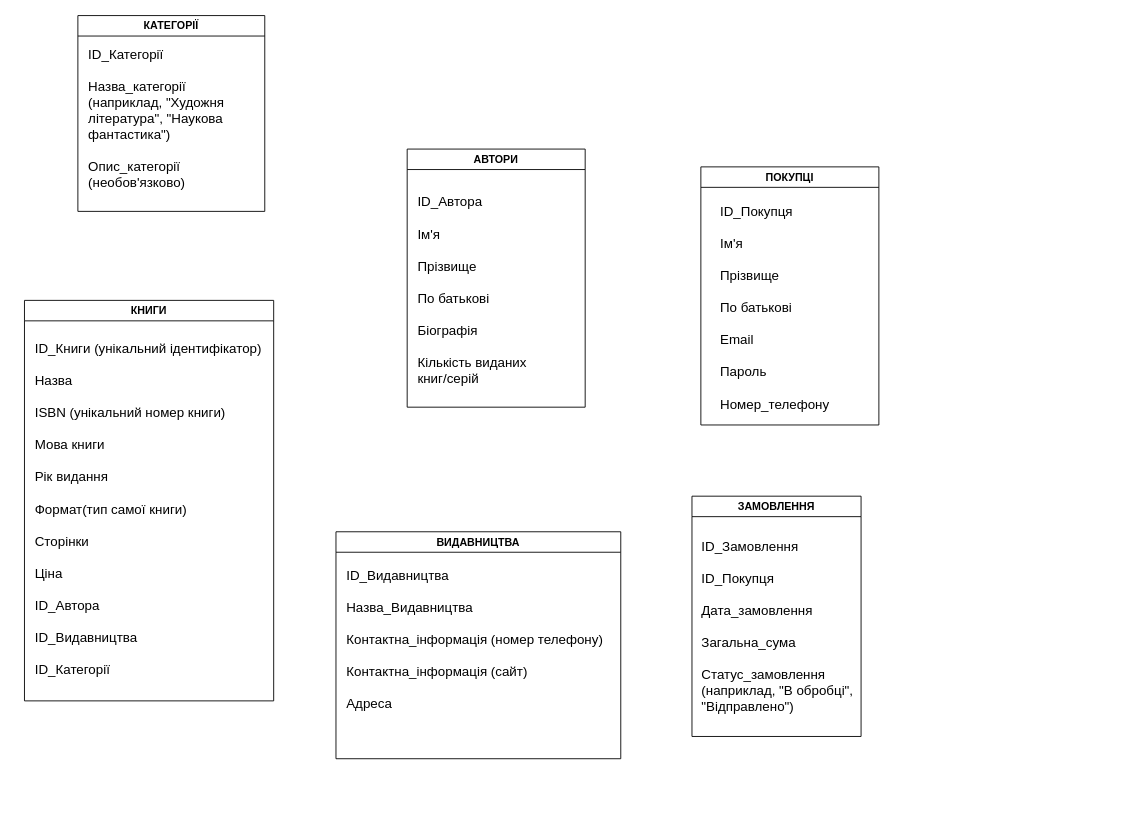
Earlier version of the draw.io diagram БЗ Книгарня.drawio (AnnaLiulkova/picture32). Source tidied: cells renumbered, new cells numbered last; positions are measured from the earlier drawing's top-left corner, leaving out a move shared by most shapes. Both pictures are drawn from the tidied source at 89%, with x=0, y=0 at pixel (24, 15).
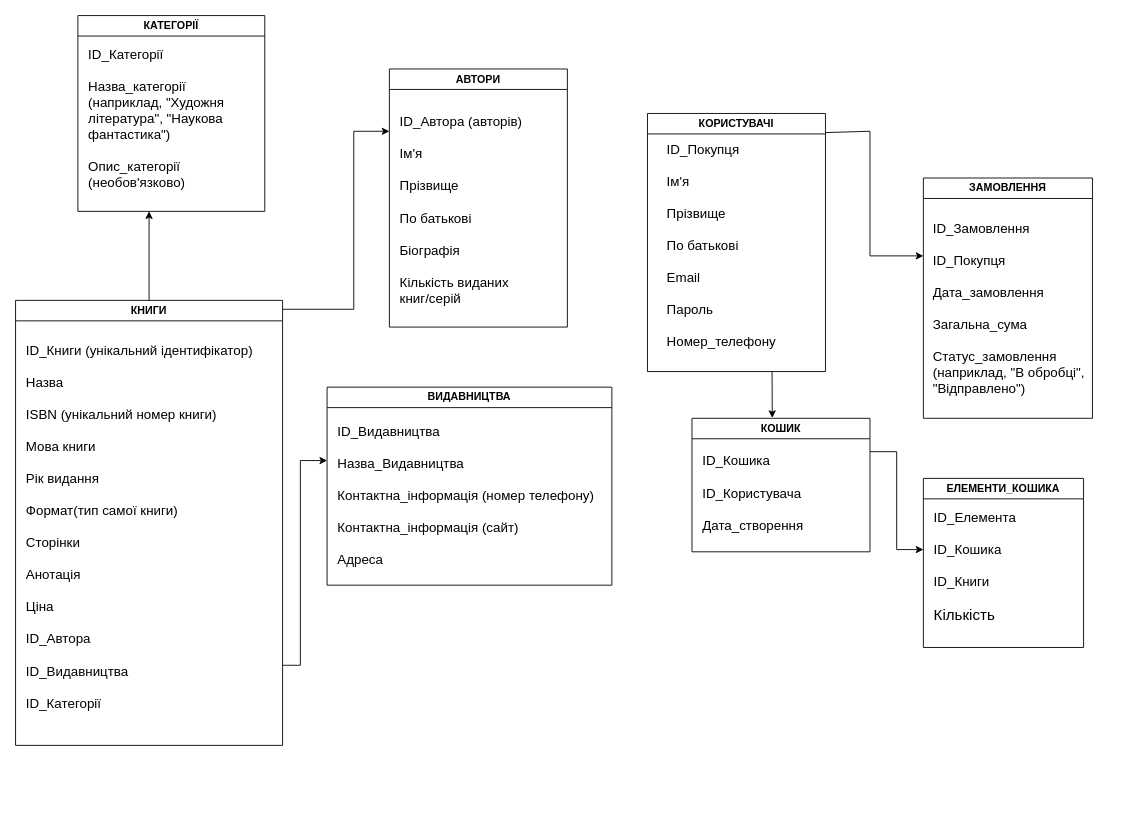
The same diagram, later.

Diff of the diagram source:
```diff
@@
     <mxCell id="2" value="КНИГИ" style="swimlane;whiteSpace=wrap;html=1;" parent="1" vertex="1">
-      <mxGeometry y="320" width="280" height="450" as="geometry" />
+      <mxGeometry x="-10" y="320" width="300" height="500" as="geometry" />
     </mxCell>
-    <mxCell id="3" value="&lt;font style=&quot;font-size: 15px;&quot;&gt;ID_Книги (унікальний ідентифікатор)&lt;/font&gt;&lt;div&gt;&lt;font style=&quot;font-size: 15px;&quot;&gt;&lt;br&gt;&lt;/font&gt;&lt;div&gt;&lt;font style=&quot;font-size: 15px;&quot;&gt;Назва&lt;/font&gt;&lt;/div&gt;&lt;div&gt;&lt;font style=&quot;font-size: 15px;&quot;&gt;&lt;br&gt;&lt;/font&gt;&lt;/div&gt;&lt;div&gt;&lt;font style=&quot;font-size: 15px;&quot;&gt;ISBN (унікальний номер книги)&lt;/font&gt;&lt;/div&gt;&lt;div&gt;&lt;font style=&quot;font-size: 15px;&quot;&gt;&lt;br&gt;&lt;/font&gt;&lt;/div&gt;&lt;div&gt;&lt;font style=&quot;font-size: 15px;&quot;&gt;Мова книги&lt;/font&gt;&lt;/div&gt;&lt;div&gt;&lt;font style=&quot;font-size: 15px;&quot;&gt;&lt;br&gt;&lt;/font&gt;&lt;/div&gt;&lt;div&gt;&lt;font style=&quot;font-size: 15px;&quot;&gt;Рік видання&lt;/font&gt;&lt;/div&gt;&lt;div&gt;&lt;font style=&quot;font-size: 15px;&quot;&gt;&lt;br&gt;&lt;/font&gt;&lt;/div&gt;&lt;div&gt;&lt;font style=&quot;font-size: 15px;&quot;&gt;Формат(тип самої книги)&lt;/font&gt;&lt;/div&gt;&lt;div&gt;&lt;font style=&quot;font-size: 15px;&quot;&gt;&lt;br&gt;&lt;/font&gt;&lt;/div&gt;&lt;div&gt;&lt;font style=&quot;font-size: 15px;&quot;&gt;Сторінки&amp;nbsp;&amp;nbsp;&lt;/font&gt;&lt;/div&gt;&lt;div&gt;&lt;font style=&quot;font-size: 15px;&quot;&gt;&lt;br&gt;&lt;/font&gt;&lt;/div&gt;&lt;div&gt;&lt;font style=&quot;font-size: 15px;&quot;&gt;Ціна&lt;/font&gt;&lt;/div&gt;&lt;/div&gt;&lt;div&gt;&lt;font style=&quot;font-size: 15px;&quot;&gt;&lt;br&gt;&lt;/font&gt;&lt;/div&gt;&lt;div&gt;&lt;font style=&quot;font-size: 15px;&quot;&gt;ID_Автора&amp;nbsp;&lt;/font&gt;&lt;/div&gt;&lt;div&gt;&lt;font style=&quot;font-size: 15px;&quot;&gt;&lt;br&gt;&lt;/font&gt;&lt;/div&gt;&lt;div&gt;&lt;font style=&quot;font-size: 15px;&quot;&gt;ID_Видавництва&lt;/font&gt;&lt;/div&gt;&lt;div&gt;&lt;font style=&quot;font-size: 15px;&quot;&gt;&lt;br&gt;&lt;/font&gt;&lt;/div&gt;&lt;div&gt;&lt;font style=&quot;font-size: 15px;&quot;&gt;ID_Категорії&amp;nbsp;&lt;/font&gt;&lt;/div&gt;&lt;div&gt;&lt;font style=&quot;font-size: 15px;&quot;&gt;&lt;br&gt;&lt;/font&gt;&lt;/div&gt;&lt;div&gt;&lt;font style=&quot;font-size: 15px;&quot;&gt;&lt;br&gt;&lt;/font&gt;&lt;/div&gt;&lt;div&gt;&lt;br&gt;&lt;/div&gt;" style="text;html=1;align=left;verticalAlign=middle;strokeColor=none;fillColor=none;" parent="2" vertex="1">
-      <mxGeometry x="10" y="40" width="280" height="440" as="geometry" />
+    <mxCell id="3" value="&lt;font style=&quot;font-size: 15px;&quot;&gt;ID_Книги (унікальний ідентифікатор)&lt;/font&gt;&lt;div&gt;&lt;font style=&quot;font-size: 15px;&quot;&gt;&lt;br&gt;&lt;/font&gt;&lt;div&gt;&lt;font style=&quot;font-size: 15px;&quot;&gt;Назва&lt;/font&gt;&lt;/div&gt;&lt;div&gt;&lt;font style=&quot;font-size: 15px;&quot;&gt;&lt;br&gt;&lt;/font&gt;&lt;/div&gt;&lt;div&gt;&lt;font style=&quot;font-size: 15px;&quot;&gt;ISBN (унікальний номер книги)&lt;/font&gt;&lt;/div&gt;&lt;div&gt;&lt;font style=&quot;font-size: 15px;&quot;&gt;&lt;br&gt;&lt;/font&gt;&lt;/div&gt;&lt;div&gt;&lt;font style=&quot;font-size: 15px;&quot;&gt;Мова книги&lt;/font&gt;&lt;/div&gt;&lt;div&gt;&lt;font style=&quot;font-size: 15px;&quot;&gt;&lt;br&gt;&lt;/font&gt;&lt;/div&gt;&lt;div&gt;&lt;font style=&quot;font-size: 15px;&quot;&gt;Рік видання&lt;/font&gt;&lt;/div&gt;&lt;div&gt;&lt;font style=&quot;font-size: 15px;&quot;&gt;&lt;br&gt;&lt;/font&gt;&lt;/div&gt;&lt;div&gt;&lt;font style=&quot;font-size: 15px;&quot;&gt;Формат(тип самої книги)&lt;/font&gt;&lt;/div&gt;&lt;div&gt;&lt;font style=&quot;font-size: 15px;&quot;&gt;&lt;br&gt;&lt;/font&gt;&lt;/div&gt;&lt;div&gt;&lt;font style=&quot;font-size: 15px;&quot;&gt;Сторінки&lt;/font&gt;&lt;/div&gt;&lt;div&gt;&lt;font style=&quot;font-size: 15px;&quot;&gt;&lt;br&gt;&lt;/font&gt;&lt;/div&gt;&lt;div&gt;&lt;font style=&quot;font-size: 15px;&quot;&gt;Анотація&amp;nbsp;&amp;nbsp;&lt;/font&gt;&lt;/div&gt;&lt;div&gt;&lt;font style=&quot;font-size: 15px;&quot;&gt;&lt;br&gt;&lt;/font&gt;&lt;/div&gt;&lt;div&gt;&lt;font style=&quot;font-size: 15px;&quot;&gt;Ціна&lt;/font&gt;&lt;/div&gt;&lt;/div&gt;&lt;div&gt;&lt;font style=&quot;font-size: 15px;&quot;&gt;&lt;br&gt;&lt;/font&gt;&lt;/div&gt;&lt;div&gt;&lt;font style=&quot;font-size: 15px;&quot;&gt;ID_Автора&amp;nbsp;&lt;/font&gt;&lt;/div&gt;&lt;div&gt;&lt;font style=&quot;font-size: 15px;&quot;&gt;&lt;br&gt;&lt;/font&gt;&lt;/div&gt;&lt;div&gt;&lt;font style=&quot;font-size: 15px;&quot;&gt;ID_Видавництва&lt;/font&gt;&lt;/div&gt;&lt;div&gt;&lt;font style=&quot;font-size: 15px;&quot;&gt;&lt;br&gt;&lt;/font&gt;&lt;/div&gt;&lt;div&gt;&lt;font style=&quot;font-size: 15px;&quot;&gt;ID_Категорії&amp;nbsp;&lt;/font&gt;&lt;/div&gt;&lt;div&gt;&lt;font style=&quot;font-size: 15px;&quot;&gt;&lt;br&gt;&lt;/font&gt;&lt;/div&gt;&lt;div&gt;&lt;font style=&quot;font-size: 15px;&quot;&gt;&lt;br&gt;&lt;/font&gt;&lt;/div&gt;&lt;div&gt;&lt;br&gt;&lt;/div&gt;" style="text;html=1;align=left;verticalAlign=middle;strokeColor=none;fillColor=none;" parent="2" vertex="1">
+      <mxGeometry x="10" y="40" width="280" height="480" as="geometry" />
     </mxCell>
     <mxCell id="4" value="АВТОРИ" style="swimlane;whiteSpace=wrap;html=1;" parent="1" vertex="1">
-      <mxGeometry x="430" y="150" width="200" height="290" as="geometry" />
+      <mxGeometry x="410" y="60" width="200" height="290" as="geometry" />
     </mxCell>
-    <mxCell id="5" value="&lt;div&gt;ID_Автора&lt;/div&gt;&lt;div&gt;&lt;br&gt;&lt;/div&gt;&lt;div&gt;Ім'я&lt;/div&gt;&lt;div&gt;&lt;br&gt;&lt;/div&gt;&lt;div&gt;Прізвище&lt;/div&gt;&lt;div&gt;&lt;br&gt;&lt;/div&gt;&lt;div&gt;По батьков&lt;span style=&quot;background-color: transparent; color: light-dark(rgb(0, 0, 0), rgb(255, 255, 255));&quot;&gt;і&lt;/span&gt;&lt;/div&gt;&lt;div&gt;&lt;span style=&quot;background-color: transparent; color: light-dark(rgb(0, 0, 0), rgb(255, 255, 255));&quot;&gt;&lt;br&gt;&lt;/span&gt;&lt;/div&gt;&lt;div&gt;Біографія&amp;nbsp;&lt;/div&gt;&lt;div&gt;&lt;span style=&quot;background-color: transparent;&quot;&gt;&lt;br&gt;&lt;/span&gt;&lt;/div&gt;&lt;div&gt;Кількість виданих книг/серій&amp;nbsp;&lt;/div&gt;&lt;div&gt;&lt;span style=&quot;background-color: transparent;&quot;&gt;&lt;br&gt;&lt;/span&gt;&lt;/div&gt;&lt;div&gt;&lt;span style=&quot;background-color: transparent;&quot;&gt;&lt;br&gt;&lt;/span&gt;&lt;/div&gt;&lt;div&gt;&lt;br&gt;&lt;/div&gt;" style="text;html=1;align=left;verticalAlign=middle;whiteSpace=wrap;rounded=0;fontSize=15;" parent="4" vertex="1">
+    <mxCell id="5" value="&lt;div&gt;ID_Автора (авторів)&lt;/div&gt;&lt;div&gt;&lt;br&gt;&lt;/div&gt;&lt;div&gt;Ім'я&lt;/div&gt;&lt;div&gt;&lt;br&gt;&lt;/div&gt;&lt;div&gt;Прізвище&lt;/div&gt;&lt;div&gt;&lt;br&gt;&lt;/div&gt;&lt;div&gt;По батьков&lt;span style=&quot;background-color: transparent; color: light-dark(rgb(0, 0, 0), rgb(255, 255, 255));&quot;&gt;і&lt;/span&gt;&lt;/div&gt;&lt;div&gt;&lt;span style=&quot;background-color: transparent; color: light-dark(rgb(0, 0, 0), rgb(255, 255, 255));&quot;&gt;&lt;br&gt;&lt;/span&gt;&lt;/div&gt;&lt;div&gt;Біографія&amp;nbsp;&lt;/div&gt;&lt;div&gt;&lt;span style=&quot;background-color: transparent;&quot;&gt;&lt;br&gt;&lt;/span&gt;&lt;/div&gt;&lt;div&gt;Кількість виданих книг/серій&amp;nbsp;&lt;/div&gt;&lt;div&gt;&lt;span style=&quot;background-color: transparent;&quot;&gt;&lt;br&gt;&lt;/span&gt;&lt;/div&gt;&lt;div&gt;&lt;span style=&quot;background-color: transparent;&quot;&gt;&lt;br&gt;&lt;/span&gt;&lt;/div&gt;&lt;div&gt;&lt;br&gt;&lt;/div&gt;" style="text;html=1;align=left;verticalAlign=middle;whiteSpace=wrap;rounded=0;fontSize=15;" parent="4" vertex="1">
       <mxGeometry x="10" y="40" width="160" height="290" as="geometry" />
     </mxCell>
     <mxCell id="6" value="ВИДАВНИЦТВА" style="swimlane;whiteSpace=wrap;html=1;" parent="1" vertex="1">
-      <mxGeometry x="350" y="580" width="320" height="255" as="geometry" />
+      <mxGeometry x="340" y="417.5" width="320" height="222.5" as="geometry" />
     </mxCell>
@@
-    <mxCell id="8" value="ПОКУПЦІ" style="swimlane;whiteSpace=wrap;html=1;" parent="1" vertex="1">
-      <mxGeometry x="760" y="170" width="200" height="290" as="geometry" />
+    <mxCell id="8" value="КОРИСТУВАЧІ" style="swimlane;whiteSpace=wrap;html=1;" parent="1" vertex="1">
+      <mxGeometry x="700" y="110" width="200" height="290" as="geometry" />
     </mxCell>
     <mxCell id="9" value="ID_Покупця&lt;div&gt;&lt;br&gt;&lt;/div&gt;&lt;div&gt;Ім'я&lt;/div&gt;&lt;div&gt;&lt;br&gt;&lt;/div&gt;&lt;div&gt;Прізвище&lt;/div&gt;&lt;div&gt;&lt;br&gt;&lt;/div&gt;&lt;div&gt;По батьков&lt;span style=&quot;background-color: transparent; color: light-dark(rgb(0, 0, 0), rgb(255, 255, 255));&quot;&gt;і&lt;/span&gt;&lt;/div&gt;&lt;div&gt;&lt;span style=&quot;background-color: transparent; color: light-dark(rgb(0, 0, 0), rgb(255, 255, 255));&quot;&gt;&lt;br&gt;&lt;/span&gt;&lt;/div&gt;&lt;div&gt;&lt;span style=&quot;background-color: transparent;&quot;&gt;Email&lt;/span&gt;&lt;/div&gt;&lt;div&gt;&lt;span style=&quot;background-color: transparent;&quot;&gt;&lt;br&gt;&lt;/span&gt;&lt;/div&gt;&lt;div&gt;&lt;span style=&quot;background-color: transparent;&quot;&gt;Пароль&lt;/span&gt;&lt;/div&gt;&lt;div&gt;&lt;span style=&quot;background-color: transparent;&quot;&gt;&lt;br&gt;&lt;/span&gt;&lt;/div&gt;&lt;div&gt;&lt;span style=&quot;background-color: transparent;&quot;&gt;Номер_телефону&lt;/span&gt;&lt;/div&gt;&lt;div&gt;&lt;span style=&quot;background-color: transparent;&quot;&gt;&lt;br&gt;&lt;/span&gt;&lt;/div&gt;&lt;div&gt;&lt;span style=&quot;background-color: transparent;&quot;&gt;&lt;br&gt;&lt;/span&gt;&lt;/div&gt;&lt;div&gt;&lt;br&gt;&lt;/div&gt;" style="text;html=1;align=left;verticalAlign=middle;whiteSpace=wrap;rounded=0;fontSize=15;" parent="8" vertex="1">
-      <mxGeometry x="20" y="40" width="160" height="290" as="geometry" />
+      <mxGeometry x="20" y="60" width="160" height="230" as="geometry" />
     </mxCell>
     <mxCell id="10" value="ЗАМОВЛЕННЯ" style="swimlane;whiteSpace=wrap;html=1;" parent="1" vertex="1">
-      <mxGeometry x="750" y="540" width="190" height="270" as="geometry" />
+      <mxGeometry x="1010" y="182.5" width="190" height="270" as="geometry" />
     </mxCell>
@@
+    <mxCell id="14" value="КОШИК" style="swimlane;whiteSpace=wrap;html=1;" parent="1" vertex="1">
+      <mxGeometry x="750" y="452.5" width="200" height="150" as="geometry" />
+    </mxCell>
+    <mxCell id="15" value="&lt;div&gt;ID_Кошика&lt;/div&gt;&lt;div&gt;&lt;br&gt;&lt;/div&gt;&lt;div&gt;ID_Користувача&lt;/div&gt;&lt;div&gt;&lt;br&gt;&lt;/div&gt;&lt;div&gt;Дата_створення&lt;/div&gt;&lt;div&gt;&lt;br&gt;&lt;/div&gt;&lt;div&gt;&lt;span style=&quot;background-color: transparent;&quot;&gt;&lt;br&gt;&lt;/span&gt;&lt;/div&gt;&lt;div&gt;&lt;br&gt;&lt;/div&gt;" style="text;html=1;align=left;verticalAlign=middle;whiteSpace=wrap;rounded=0;fontSize=15;" parent="14" vertex="1">
+      <mxGeometry x="10" y="60" width="160" height="100" as="geometry" />
+    </mxCell>
+    <mxCell id="16" style="endArrow=classic;html=1;rounded=0;exitX=1;exitY=0;exitDx=0;exitDy=0;" parent="1" edge="1">
+      <mxGeometry relative="1" as="geometry">
+        <mxPoint x="290" y="330" as="sourcePoint" />
+        <mxPoint x="410" y="130" as="targetPoint" />
+        <Array as="points">
+          <mxPoint x="370" y="330" />
+          <mxPoint x="370" y="130" />
+        </Array>
+      </mxGeometry>
+    </mxCell>
+    <mxCell id="17" style="endArrow=classic;html=1;rounded=0;exitX=1.003;exitY=0.074;exitDx=0;exitDy=0;exitPerimeter=0;" parent="1" edge="1" source="8">
+      <mxGeometry relative="1" as="geometry">
+        <mxPoint x="1010" y="270" as="targetPoint" />
+        <Array as="points">
+          <mxPoint x="950" y="130" />
+          <mxPoint x="950" y="270" />
+        </Array>
+      </mxGeometry>
+    </mxCell>
+    <mxCell id="18" style="endArrow=classic;html=1;rounded=0;exitX=0.5;exitY=0;exitDx=0;exitDy=0;" parent="1" edge="1" source="2">
+      <mxGeometry relative="1" as="geometry">
+        <mxPoint x="140" y="220" as="targetPoint" />
+      </mxGeometry>
+    </mxCell>
+    <mxCell id="19" style="endArrow=classic;html=1;rounded=0;" parent="1" edge="1">
+      <mxGeometry relative="1" as="geometry">
+        <mxPoint x="290" y="730" as="sourcePoint" />
+        <mxPoint x="340" y="500" as="targetPoint" />
+        <Array as="points">
+          <mxPoint x="310" y="730" />
+          <mxPoint x="310" y="500" />
+        </Array>
+      </mxGeometry>
+    </mxCell>
+    <mxCell id="20" style="endArrow=classic;html=1;rounded=0;exitX=0.75;exitY=1;exitDx=0;exitDy=0;entryX=0.451;entryY=-0.003;entryDx=0;entryDy=0;entryPerimeter=0;" parent="1" edge="1" source="9" target="14">
+      <mxGeometry relative="1" as="geometry" />
+    </mxCell>
+    <mxCell id="21" value="ЕЛЕМЕНТИ_КОШИКА" style="swimlane;whiteSpace=wrap;html=1;" parent="1" vertex="1">
+      <mxGeometry x="1010" y="520" width="180" height="190" as="geometry" />
+    </mxCell>
+    <mxCell id="22" value="&lt;font style=&quot;font-size: 15px;&quot;&gt;ID_Елемента&lt;/font&gt;&lt;div&gt;&lt;font style=&quot;font-size: 15px;&quot;&gt;&lt;br&gt;&lt;/font&gt;&lt;div&gt;&lt;font style=&quot;font-size: 15px;&quot;&gt;ID_Кошика&lt;/font&gt;&lt;/div&gt;&lt;div&gt;&lt;font style=&quot;font-size: 15px;&quot;&gt;&lt;br&gt;&lt;/font&gt;&lt;/div&gt;&lt;div&gt;&lt;font style=&quot;font-size: 15px;&quot;&gt;ID_Книги&lt;/font&gt;&lt;/div&gt;&lt;div&gt;&lt;font style=&quot;font-size: 17px;&quot;&gt;&lt;br&gt;&lt;/font&gt;&lt;/div&gt;&lt;div&gt;&lt;font style=&quot;font-size: 17px;&quot;&gt;Кількість&lt;/font&gt;&lt;/div&gt;&lt;div&gt;&lt;font style=&quot;font-size: 15px;&quot;&gt;&lt;br&gt;&lt;/font&gt;&lt;/div&gt;&lt;/div&gt;&lt;div&gt;&lt;font style=&quot;font-size: 15px;&quot;&gt;&lt;br&gt;&lt;/font&gt;&lt;/div&gt;&lt;div&gt;&lt;br&gt;&lt;/div&gt;" style="text;html=1;align=left;verticalAlign=middle;strokeColor=none;fillColor=none;" parent="21" vertex="1">
+      <mxGeometry x="10" y="30" width="120" height="190" as="geometry" />
+    </mxCell>
+    <mxCell id="23" style="endArrow=classic;html=1;rounded=0;exitX=1;exitY=0.25;exitDx=0;exitDy=0;" parent="1" edge="1" source="14">
+      <mxGeometry relative="1" as="geometry">
+        <mxPoint x="1010" y="600" as="targetPoint" />
+        <Array as="points">
+          <mxPoint x="980" y="490" />
+          <mxPoint x="980" y="600" />
+        </Array>
+      </mxGeometry>
+    </mxCell>
```
